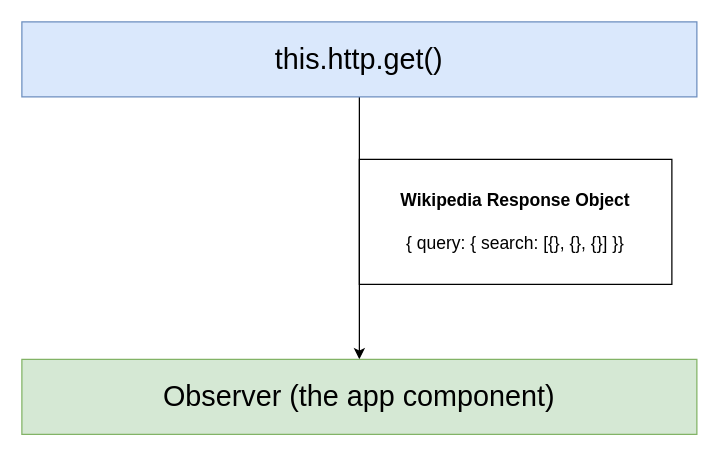
This is page "27 - wiki" (23 of 27) of diagrams/wrx/diagrams.drawio from StephenGrider/ng-casts, a draw.io file, before an edit. Source tidied: cells renumbered, new cells numbered last; positions are measured from the earlier drawing's top-left corner, leaving out a move shared by most shapes. Both pictures are drawn from the tidied source at 125%, with x=0, y=0 at pixel (21, 21).
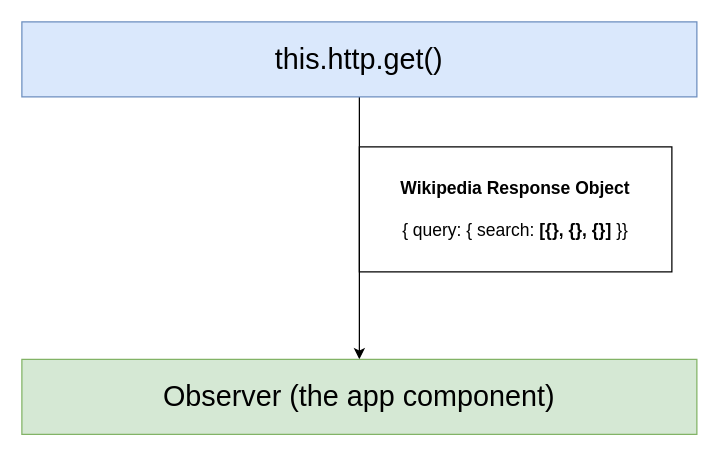
The same page after the edit.

Change to the diagram source:
```diff
@@
 <mxGraphModel>
   <root>
     <mxCell id="0" />
     <mxCell id="1" parent="0" />
     <mxCell id="2" style="edgeStyle=orthogonalEdgeStyle;rounded=0;jettySize=auto;html=1;exitX=0.5;exitY=1;exitDx=0;exitDy=0;entryX=0.5;entryY=0;entryDx=0;entryDy=0;fontSize=23;" parent="1" edge="1" source="3" target="4">
       <mxGeometry relative="1" as="geometry" />
     </mxCell>
     <mxCell id="3" value="this.http.get()" style="rounded=0;whiteSpace=wrap;html=1;fontSize=23;align=center;fillColor=#dae8fc;strokeColor=#6c8ebf;" parent="1" vertex="1">
       <mxGeometry width="540" height="60" as="geometry" />
     </mxCell>
     <mxCell id="4" value="Observer (the app component)" style="rounded=0;whiteSpace=wrap;html=1;fontSize=23;align=center;fillColor=#d5e8d4;strokeColor=#82b366;" parent="1" vertex="1">
       <mxGeometry y="270" width="540" height="60" as="geometry" />
     </mxCell>
-    <mxCell id="5" value="&lt;b&gt;Wikipedia Response Object&lt;/b&gt;&lt;br&gt;&lt;br&gt;{ query: { search: [{}, {}, {}] }}" style="rounded=0;whiteSpace=wrap;html=1;fontSize=14;align=center;" parent="1" vertex="1">
-      <mxGeometry x="270" y="110" width="250" height="100" as="geometry" />
+    <mxCell id="5" value="&lt;b&gt;Wikipedia Response Object&lt;/b&gt;&lt;br&gt;&lt;br&gt;{ query: { search: &lt;b&gt;[{}, {}, {}]&lt;/b&gt; }}" style="rounded=0;whiteSpace=wrap;html=1;fontSize=14;align=center;" parent="1" vertex="1">
+      <mxGeometry x="270" y="100" width="250" height="100" as="geometry" />
     </mxCell>
   </root>
 </mxGraphModel>
```
